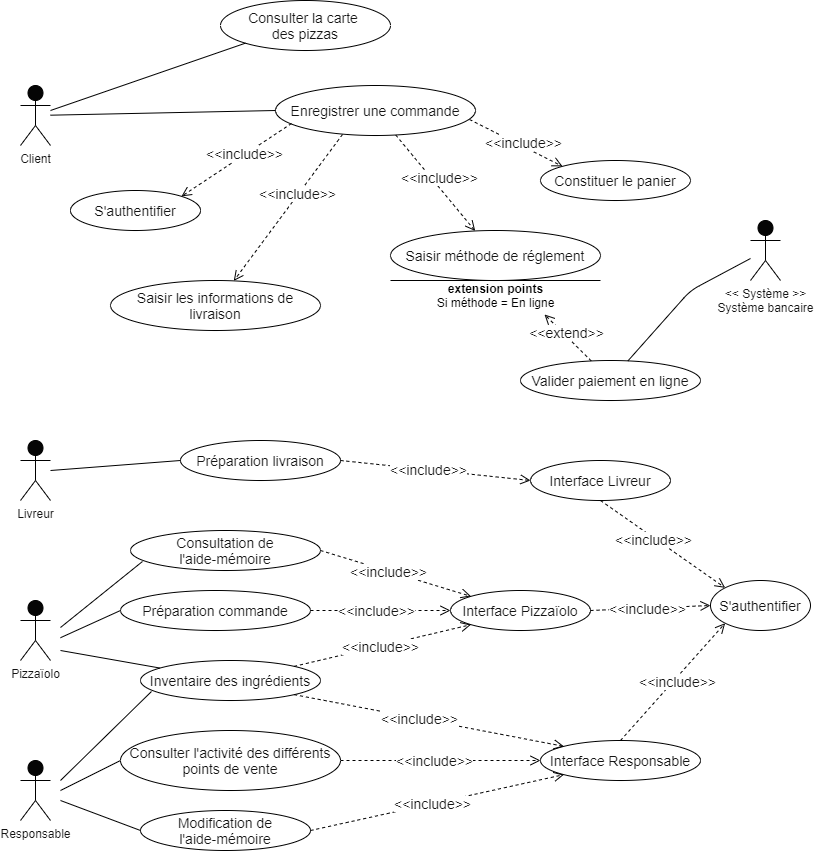
Earlier version of the draw.io export Diag_GestionDuCompte/usecase_general.png (Eidocode/OC_Project4). Source tidied: cells renumbered, new cells last; positions are measured from the earlier drawing's top-left corner, leaving out a move shared by most shapes.
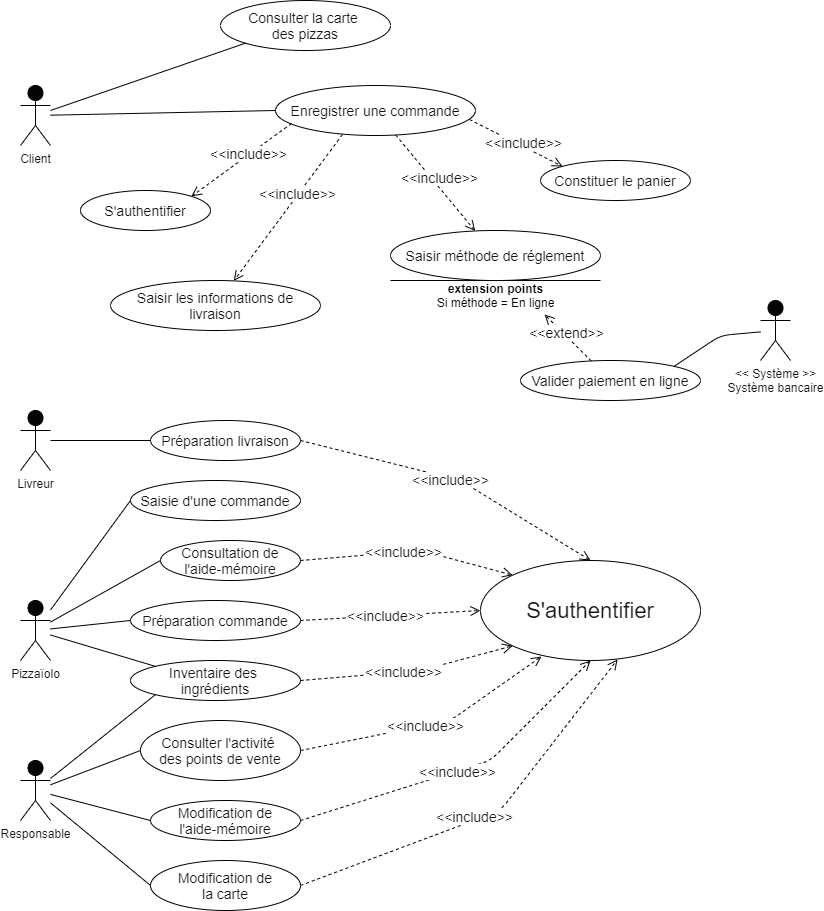
After the commit.

Change to the diagram source:
```diff
@@ -6,7 +6,7 @@
       <mxGeometry y="85" width="30" height="60" as="geometry" />
     </mxCell>
     <mxCell id="3" value="Livreur" style="shape=umlActor;verticalLabelPosition=bottom;labelBackgroundColor=#ffffff;verticalAlign=top;html=1;fillColor=#050505;fontSize=12;fontColor=#141414;align=center;" parent="1" vertex="1">
-      <mxGeometry y="440" width="30" height="60" as="geometry" />
+      <mxGeometry y="410" width="30" height="60" as="geometry" />
     </mxCell>
     <mxCell id="4" value="Pizzaïolo" style="shape=umlActor;verticalLabelPosition=bottom;labelBackgroundColor=#ffffff;verticalAlign=top;html=1;fillColor=#050505;fontSize=12;fontColor=#141414;align=center;" parent="1" vertex="1">
       <mxGeometry y="600" width="30" height="60" as="geometry" />
@@ -15,7 +15,7 @@
       <mxGeometry y="760" width="30" height="60" as="geometry" />
     </mxCell>
     <mxCell id="6" value="&amp;lt;&amp;lt; Système &amp;gt;&amp;gt;&lt;br&gt;Système bancaire" style="shape=umlActor;verticalLabelPosition=bottom;labelBackgroundColor=#ffffff;verticalAlign=top;html=1;fillColor=#050505;fontSize=12;fontColor=#141414;align=center;" parent="1" vertex="1">
-      <mxGeometry x="730" y="220" width="30" height="60" as="geometry" />
+      <mxGeometry x="740" y="300" width="30" height="60" as="geometry" />
     </mxCell>
     <mxCell id="7" value="Consulter la carte &lt;br&gt;des pizzas" style="ellipse;whiteSpace=wrap;html=1;rounded=0;shadow=0;labelBackgroundColor=none;fillColor=#FFFFFF;fontSize=14;fontColor=#141414;align=center;" parent="1" vertex="1">
       <mxGeometry x="200" width="170" height="50" as="geometry" />
@@ -33,7 +33,7 @@
       <mxGeometry x="90" y="280" width="210" height="50" as="geometry" />
     </mxCell>
     <mxCell id="12" value="S'authentifier" style="ellipse;whiteSpace=wrap;html=1;rounded=0;shadow=0;labelBackgroundColor=none;fillColor=#FFFFFF;fontSize=14;fontColor=#141414;align=center;" parent="1" vertex="1">
-      <mxGeometry x="50" y="190" width="130" height="40" as="geometry" />
+      <mxGeometry x="60" y="190" width="130" height="40" as="geometry" />
     </mxCell>
     <mxCell id="13" value="&amp;lt;&amp;lt;include&amp;gt;&amp;gt;" style="html=1;verticalAlign=bottom;endArrow=open;dashed=1;endSize=8;fontSize=14;fontColor=#141414;entryX=1;entryY=0;entryDx=0;entryDy=0;exitX=0.08;exitY=0.76;exitDx=0;exitDy=0;exitPerimeter=0;" parent="1" edge="1" source="8" target="12">
       <mxGeometry x="-0.05" y="8" relative="1" as="geometry" />
@@ -53,26 +53,26 @@
     <mxCell id="18" value="&amp;lt;&amp;lt;extend&amp;gt;&amp;gt;" style="html=1;verticalAlign=bottom;endArrow=open;dashed=1;endSize=8;fontSize=14;fontColor=#141414;entryX=0.877;entryY=1.133;entryDx=0;entryDy=0;entryPerimeter=0;" parent="1" edge="1" source="17" target="30">
       <mxGeometry x="-0.09" y="5" relative="1" as="geometry" />
     </mxCell>
-    <mxCell id="19" value="S'authentifier" style="ellipse;whiteSpace=wrap;html=1;rounded=0;shadow=0;labelBackgroundColor=none;fillColor=#FFFFFF;fontSize=14;fontColor=#141414;align=center;" parent="1" vertex="1">
-      <mxGeometry x="690" y="580" width="100" height="50" as="geometry" />
+    <mxCell id="19" value="&lt;font style=&quot;font-size: 22px&quot;&gt;S'authentifier&lt;/font&gt;" style="ellipse;whiteSpace=wrap;html=1;rounded=0;shadow=0;labelBackgroundColor=none;fillColor=#FFFFFF;fontSize=14;fontColor=#141414;align=center;" parent="1" vertex="1">
+      <mxGeometry x="460" y="560" width="220" height="100" as="geometry" />
     </mxCell>
     <mxCell id="20" value="Préparation commande" style="ellipse;whiteSpace=wrap;html=1;rounded=0;shadow=0;labelBackgroundColor=none;fillColor=#FFFFFF;fontSize=14;fontColor=#141414;align=center;" parent="1" vertex="1">
-      <mxGeometry x="100" y="590" width="190" height="40" as="geometry" />
+      <mxGeometry x="110" y="600" width="170" height="40" as="geometry" />
     </mxCell>
     <mxCell id="21" value="Consultation de&lt;br&gt;l'aide-mémoire" style="ellipse;whiteSpace=wrap;html=1;rounded=0;shadow=0;labelBackgroundColor=none;fillColor=#FFFFFF;fontSize=14;fontColor=#141414;align=center;" parent="1" vertex="1">
-      <mxGeometry x="110" y="530" width="190" height="40" as="geometry" />
+      <mxGeometry x="140" y="540" width="140" height="40" as="geometry" />
     </mxCell>
     <mxCell id="22" value="Préparation livraison" style="ellipse;whiteSpace=wrap;html=1;rounded=0;shadow=0;labelBackgroundColor=none;fillColor=#FFFFFF;fontSize=14;fontColor=#141414;align=center;" parent="1" vertex="1">
-      <mxGeometry x="160" y="440" width="160" height="40" as="geometry" />
+      <mxGeometry x="130" y="420" width="150" height="40" as="geometry" />
     </mxCell>
-    <mxCell id="23" value="Inventaire des ingrédients" style="ellipse;whiteSpace=wrap;html=1;rounded=0;shadow=0;labelBackgroundColor=none;fillColor=#FFFFFF;fontSize=14;fontColor=#141414;align=center;" parent="1" vertex="1">
-      <mxGeometry x="120" y="660" width="180" height="40" as="geometry" />
+    <mxCell id="23" value="Inventaire des &lt;br&gt;ingrédients" style="ellipse;whiteSpace=wrap;html=1;rounded=0;shadow=0;labelBackgroundColor=none;fillColor=#FFFFFF;fontSize=14;fontColor=#141414;align=center;" parent="1" vertex="1">
+      <mxGeometry x="110" y="660" width="170" height="40" as="geometry" />
     </mxCell>
     <mxCell id="24" value="Modification de&lt;br&gt;l'aide-mémoire" style="ellipse;whiteSpace=wrap;html=1;rounded=0;shadow=0;labelBackgroundColor=none;fillColor=#FFFFFF;fontSize=14;fontColor=#141414;align=center;" parent="1" vertex="1">
-      <mxGeometry x="120" y="810" width="170" height="40" as="geometry" />
+      <mxGeometry x="130" y="800" width="150" height="40" as="geometry" />
     </mxCell>
-    <mxCell id="25" value="Consulter l'activité des différents points de vente" style="ellipse;whiteSpace=wrap;html=1;rounded=0;shadow=0;labelBackgroundColor=none;fillColor=#FFFFFF;fontSize=14;fontColor=#141414;align=center;" parent="1" vertex="1">
-      <mxGeometry x="100" y="730" width="220" height="60" as="geometry" />
+    <mxCell id="25" value="Consulter l'activité &lt;br&gt;des points de vente" style="ellipse;whiteSpace=wrap;html=1;rounded=0;shadow=0;labelBackgroundColor=none;fillColor=#FFFFFF;fontSize=14;fontColor=#141414;align=center;" parent="1" vertex="1">
+      <mxGeometry x="120" y="720" width="160" height="60" as="geometry" />
     </mxCell>
     <mxCell id="26" style="endArrow=none;html=1;fontSize=14;fontColor=#141414;entryX=0;entryY=1;entryDx=0;entryDy=0;" parent="1" edge="1" target="7">
       <mxGeometry relative="1" as="geometry">
@@ -82,10 +82,10 @@
     <mxCell id="27" style="endArrow=none;html=1;fontSize=14;fontColor=#141414;entryX=0;entryY=0.5;entryDx=0;entryDy=0;" parent="1" edge="1" source="2" target="8">
       <mxGeometry relative="1" as="geometry" />
     </mxCell>
-    <mxCell id="28" style="endArrow=none;html=1;fontSize=14;fontColor=#141414;" parent="1" edge="1" source="17" target="6">
+    <mxCell id="28" style="endArrow=none;html=1;fontSize=14;fontColor=#141414;exitX=1;exitY=0;exitDx=0;exitDy=0;" parent="1" edge="1" source="17" target="6">
       <mxGeometry relative="1" as="geometry">
         <Array as="points">
-          <mxPoint x="670" y="290" />
+          <mxPoint x="700" y="335" />
         </Array>
       </mxGeometry>
     </mxCell>
@@ -98,79 +98,84 @@
     <mxCell id="30" value="&lt;b&gt;extension points&lt;/b&gt;&lt;br&gt;Si méthode = En ligne" style="text;html=1;align=center;verticalAlign=middle;points=[];" parent="1" vertex="1">
       <mxGeometry x="410" y="280" width="130" height="30" as="geometry" />
     </mxCell>
-    <mxCell id="31" style="endArrow=none;html=1;entryX=0;entryY=0.5;entryDx=0;entryDy=0;" parent="1" edge="1" target="22">
-      <mxGeometry relative="1" as="geometry">
-        <mxPoint x="30" y="470" as="sourcePoint" />
-      </mxGeometry>
+    <mxCell id="31" style="endArrow=none;html=1;entryX=0;entryY=0.5;entryDx=0;entryDy=0;" parent="1" edge="1" source="3" target="22">
+      <mxGeometry relative="1" as="geometry" />
     </mxCell>
-    <mxCell id="32" style="endArrow=none;html=1;entryX=0.063;entryY=0.775;entryDx=0;entryDy=0;entryPerimeter=0;" parent="1" edge="1" target="21">
-      <mxGeometry relative="1" as="geometry">
-        <mxPoint x="40" y="627" as="sourcePoint" />
-      </mxGeometry>
+    <mxCell id="32" style="endArrow=none;html=1;entryX=0;entryY=0.5;entryDx=0;entryDy=0;" parent="1" edge="1" source="4" target="21">
+      <mxGeometry relative="1" as="geometry" />
     </mxCell>
-    <mxCell id="33" style="endArrow=none;html=1;entryX=0;entryY=0.5;entryDx=0;entryDy=0;" parent="1" edge="1" target="20">
-      <mxGeometry relative="1" as="geometry">
-        <mxPoint x="40" y="637.2" as="sourcePoint" />
-      </mxGeometry>
+    <mxCell id="33" style="endArrow=none;html=1;entryX=0;entryY=0.5;entryDx=0;entryDy=0;" parent="1" edge="1" source="4" target="20">
+      <mxGeometry relative="1" as="geometry" />
     </mxCell>
-    <mxCell id="34" style="endArrow=none;html=1;" parent="1" edge="1" target="23">
-      <mxGeometry relative="1" as="geometry">
-        <mxPoint x="40" y="650" as="sourcePoint" />
-      </mxGeometry>
+    <mxCell id="34" style="endArrow=none;html=1;entryX=0;entryY=0;entryDx=0;entryDy=0;" parent="1" edge="1" source="4" target="23">
+      <mxGeometry relative="1" as="geometry" />
     </mxCell>
-    <mxCell id="35" style="endArrow=none;html=1;entryX=0.061;entryY=0.775;entryDx=0;entryDy=0;entryPerimeter=0;" parent="1" edge="1" target="23">
-      <mxGeometry relative="1" as="geometry">
-        <mxPoint x="40" y="780" as="sourcePoint" />
-      </mxGeometry>
+    <mxCell id="35" style="endArrow=none;html=1;entryX=0;entryY=1;entryDx=0;entryDy=0;" parent="1" edge="1" source="5" target="23">
+      <mxGeometry relative="1" as="geometry" />
     </mxCell>
-    <mxCell id="36" style="endArrow=none;html=1;entryX=0;entryY=0.5;entryDx=0;entryDy=0;" parent="1" edge="1" target="25">
-      <mxGeometry relative="1" as="geometry">
-        <mxPoint x="40" y="790" as="sourcePoint" />
-      </mxGeometry>
+    <mxCell id="36" style="endArrow=none;html=1;entryX=0;entryY=0.5;entryDx=0;entryDy=0;" parent="1" edge="1" source="5" target="25">
+      <mxGeometry relative="1" as="geometry" />
     </mxCell>
-    <mxCell id="37" style="endArrow=none;html=1;entryX=0;entryY=0.5;entryDx=0;entryDy=0;" parent="1" edge="1" target="24">
-      <mxGeometry relative="1" as="geometry">
-        <mxPoint x="40" y="800" as="sourcePoint" />
-      </mxGeometry>
+    <mxCell id="37" style="endArrow=none;html=1;entryX=0;entryY=0.5;entryDx=0;entryDy=0;" parent="1" edge="1" source="5" target="24">
+      <mxGeometry relative="1" as="geometry" />
     </mxCell>
-    <mxCell id="38" value="Interface Livreur" style="ellipse;whiteSpace=wrap;html=1;rounded=0;shadow=0;labelBackgroundColor=none;fillColor=#FFFFFF;fontSize=14;fontColor=#141414;align=center;" parent="1" vertex="1">
-      <mxGeometry x="510" y="460" width="140" height="40" as="geometry" />
-    </mxCell>
-    <mxCell id="39" value="Interface Pizzaïolo" style="ellipse;whiteSpace=wrap;html=1;rounded=0;shadow=0;labelBackgroundColor=none;fillColor=#FFFFFF;fontSize=14;fontColor=#141414;align=center;" parent="1" vertex="1">
-      <mxGeometry x="430" y="590" width="140" height="40" as="geometry" />
-    </mxCell>
-    <mxCell id="40" value="Interface Responsable" style="ellipse;whiteSpace=wrap;html=1;rounded=0;shadow=0;labelBackgroundColor=none;fillColor=#FFFFFF;fontSize=14;fontColor=#141414;align=center;" parent="1" vertex="1">
-      <mxGeometry x="520" y="740" width="160" height="40" as="geometry" />
-    </mxCell>
-    <mxCell id="41" value="&amp;lt;&amp;lt;include&amp;gt;&amp;gt;" style="html=1;verticalAlign=bottom;endArrow=open;dashed=1;endSize=8;fontSize=14;fontColor=#141414;entryX=0;entryY=0.5;entryDx=0;entryDy=0;exitX=1;exitY=0.5;exitDx=0;exitDy=0;" parent="1" edge="1" source="22" target="38">
-      <mxGeometry x="-0.06" y="-11" relative="1" as="geometry" />
+    <mxCell id="41" value="&amp;lt;&amp;lt;include&amp;gt;&amp;gt;" style="html=1;verticalAlign=bottom;endArrow=open;dashed=1;endSize=8;fontSize=14;fontColor=#141414;entryX=0.5;entryY=0;entryDx=0;entryDy=0;exitX=1;exitY=0.5;exitDx=0;exitDy=0;" parent="1" edge="1" source="22" target="19">
+      <mxGeometry x="0.04" y="-14" relative="1" as="geometry">
+        <Array as="points">
+          <mxPoint x="440" y="480" />
+        </Array>
+        <mxPoint x="-3" y="-2" as="offset" />
+      </mxGeometry>
     </mxCell>
-    <mxCell id="42" value="&amp;lt;&amp;lt;include&amp;gt;&amp;gt;" style="html=1;verticalAlign=bottom;endArrow=open;dashed=1;endSize=8;fontSize=14;fontColor=#141414;entryX=0;entryY=0;entryDx=0;entryDy=0;exitX=1;exitY=0.5;exitDx=0;exitDy=0;" parent="1" edge="1" source="21" target="39">
-      <mxGeometry x="-0.06" y="-11" relative="1" as="geometry" />
+    <mxCell id="42" value="&amp;lt;&amp;lt;include&amp;gt;&amp;gt;" style="html=1;verticalAlign=bottom;endArrow=open;dashed=1;endSize=8;fontSize=14;fontColor=#141414;entryX=0;entryY=0;entryDx=0;entryDy=0;exitX=1;exitY=0.5;exitDx=0;exitDy=0;" parent="1" edge="1" source="21" target="19">
+      <mxGeometry x="-0.06" y="-11" relative="1" as="geometry">
+        <Array as="points">
+          <mxPoint x="400" y="550" />
+        </Array>
+      </mxGeometry>
     </mxCell>
-    <mxCell id="43" value="&amp;lt;&amp;lt;include&amp;gt;&amp;gt;" style="html=1;verticalAlign=bottom;endArrow=open;dashed=1;endSize=8;fontSize=14;fontColor=#141414;entryX=0;entryY=1;entryDx=0;entryDy=0;exitX=1;exitY=0;exitDx=0;exitDy=0;" parent="1" edge="1" source="23" target="39">
-      <mxGeometry x="-0.06" y="-11" relative="1" as="geometry" />
+    <mxCell id="43" value="&amp;lt;&amp;lt;include&amp;gt;&amp;gt;" style="html=1;verticalAlign=bottom;endArrow=open;dashed=1;endSize=8;fontSize=14;fontColor=#141414;entryX=0;entryY=1;entryDx=0;entryDy=0;exitX=1;exitY=0.5;exitDx=0;exitDy=0;" parent="1" edge="1" source="23" target="19">
+      <mxGeometry x="-0.06" y="-11" relative="1" as="geometry">
+        <Array as="points">
+          <mxPoint x="400" y="670" />
+        </Array>
+      </mxGeometry>
     </mxCell>
-    <mxCell id="44" value="&amp;lt;&amp;lt;include&amp;gt;&amp;gt;" style="html=1;verticalAlign=bottom;endArrow=open;dashed=1;endSize=8;fontSize=14;fontColor=#141414;exitX=1;exitY=0.5;exitDx=0;exitDy=0;entryX=0;entryY=0.5;entryDx=0;entryDy=0;" parent="1" edge="1" source="20" target="39">
+    <mxCell id="44" value="&amp;lt;&amp;lt;include&amp;gt;&amp;gt;" style="html=1;verticalAlign=bottom;endArrow=open;dashed=1;endSize=8;fontSize=14;fontColor=#141414;exitX=1;exitY=0.5;exitDx=0;exitDy=0;entryX=0;entryY=0.5;entryDx=0;entryDy=0;" parent="1" edge="1" source="20" target="19">
       <mxGeometry x="-0.06" y="-11" relative="1" as="geometry" />
     </mxCell>
-    <mxCell id="45" value="&amp;lt;&amp;lt;include&amp;gt;&amp;gt;" style="html=1;verticalAlign=bottom;endArrow=open;dashed=1;endSize=8;fontSize=14;fontColor=#141414;entryX=0;entryY=0;entryDx=0;entryDy=0;exitX=1;exitY=1;exitDx=0;exitDy=0;" parent="1" edge="1" source="23" target="40">
-      <mxGeometry x="-0.06" y="-11" relative="1" as="geometry" />
-    </mxCell>
-    <mxCell id="46" value="&amp;lt;&amp;lt;include&amp;gt;&amp;gt;" style="html=1;verticalAlign=bottom;endArrow=open;dashed=1;endSize=8;fontSize=14;fontColor=#141414;entryX=0;entryY=0.5;entryDx=0;entryDy=0;exitX=1;exitY=0.5;exitDx=0;exitDy=0;" parent="1" edge="1" source="25" target="40">
-      <mxGeometry x="-0.06" y="-11" relative="1" as="geometry" />
+    <mxCell id="46" value="&amp;lt;&amp;lt;include&amp;gt;&amp;gt;" style="html=1;verticalAlign=bottom;endArrow=open;dashed=1;endSize=8;fontSize=14;fontColor=#141414;entryX=0.277;entryY=0.96;entryDx=0;entryDy=0;exitX=1;exitY=0.5;exitDx=0;exitDy=0;entryPerimeter=0;" parent="1" edge="1" source="25" target="19">
+      <mxGeometry x="-0.06" y="-11" relative="1" as="geometry">
+        <Array as="points">
+          <mxPoint x="430" y="720" />
+        </Array>
+      </mxGeometry>
     </mxCell>
-    <mxCell id="47" value="&amp;lt;&amp;lt;include&amp;gt;&amp;gt;" style="html=1;verticalAlign=bottom;endArrow=open;dashed=1;endSize=8;fontSize=14;fontColor=#141414;entryX=0;entryY=1;entryDx=0;entryDy=0;exitX=1;exitY=0.5;exitDx=0;exitDy=0;" parent="1" edge="1" source="24" target="40">
-      <mxGeometry x="-0.06" y="-11" relative="1" as="geometry" />
+    <mxCell id="47" value="&amp;lt;&amp;lt;include&amp;gt;&amp;gt;" style="html=1;verticalAlign=bottom;endArrow=open;dashed=1;endSize=8;fontSize=14;fontColor=#141414;entryX=0.5;entryY=1;entryDx=0;entryDy=0;exitX=1;exitY=0.5;exitDx=0;exitDy=0;" parent="1" edge="1" source="24" target="19">
+      <mxGeometry x="-0.06" y="-11" relative="1" as="geometry">
+        <Array as="points">
+          <mxPoint x="470" y="760" />
+        </Array>
+      </mxGeometry>
     </mxCell>
-    <mxCell id="48" value="&amp;lt;&amp;lt;include&amp;gt;&amp;gt;" style="html=1;verticalAlign=bottom;endArrow=open;dashed=1;endSize=8;fontSize=14;fontColor=#141414;entryX=0;entryY=0;entryDx=0;entryDy=0;exitX=0.5;exitY=1;exitDx=0;exitDy=0;" parent="1" edge="1" source="38" target="19">
-      <mxGeometry x="-0.06" y="-11" relative="1" as="geometry" />
-    </mxCell>
-    <mxCell id="49" value="&amp;lt;&amp;lt;include&amp;gt;&amp;gt;" style="html=1;verticalAlign=bottom;endArrow=open;dashed=1;endSize=8;fontSize=14;fontColor=#141414;entryX=0;entryY=1;entryDx=0;entryDy=0;exitX=0.5;exitY=0;exitDx=0;exitDy=0;" parent="1" edge="1" source="40" target="19">
-      <mxGeometry x="-0.06" y="-11" relative="1" as="geometry" />
-    </mxCell>
-    <mxCell id="50" value="&amp;lt;&amp;lt;include&amp;gt;&amp;gt;" style="html=1;verticalAlign=bottom;endArrow=open;dashed=1;endSize=8;fontSize=14;fontColor=#141414;entryX=0;entryY=0.5;entryDx=0;entryDy=0;exitX=1;exitY=0.5;exitDx=0;exitDy=0;" parent="1" edge="1" source="39" target="19">
-      <mxGeometry x="-0.06" y="-11" relative="1" as="geometry" />
-    </mxCell>
+    <mxCell id="51" value="Saisie d'une commande" style="ellipse;whiteSpace=wrap;html=1;rounded=0;shadow=0;labelBackgroundColor=none;fillColor=#FFFFFF;fontSize=14;fontColor=#141414;align=center;" parent="1" vertex="1">
+      <mxGeometry x="110" y="480" width="170" height="40" as="geometry" />
+    </mxCell>
+    <mxCell id="52" style="endArrow=none;html=1;entryX=0;entryY=0.5;entryDx=0;entryDy=0;" parent="1" edge="1" source="4" target="51">
+      <mxGeometry relative="1" as="geometry" />
+    </mxCell>
+    <mxCell id="53" value="Modification de&lt;br&gt;la carte" style="ellipse;whiteSpace=wrap;html=1;rounded=0;shadow=0;labelBackgroundColor=none;fillColor=#FFFFFF;fontSize=14;fontColor=#141414;align=center;" parent="1" vertex="1">
+      <mxGeometry x="130" y="860" width="150" height="50" as="geometry" />
+    </mxCell>
+    <mxCell id="54" style="endArrow=none;html=1;entryX=0;entryY=0.5;entryDx=0;entryDy=0;" parent="1" edge="1" source="5" target="53">
+      <mxGeometry relative="1" as="geometry" />
+    </mxCell>
+    <mxCell id="55" value="&amp;lt;&amp;lt;include&amp;gt;&amp;gt;" style="html=1;verticalAlign=bottom;endArrow=open;dashed=1;endSize=8;fontSize=14;fontColor=#141414;entryX=0.623;entryY=0.99;entryDx=0;entryDy=0;exitX=1;exitY=0.5;exitDx=0;exitDy=0;entryPerimeter=0;" parent="1" edge="1" source="53" target="19">
+      <mxGeometry x="-0.1" y="-7" relative="1" as="geometry">
+        <Array as="points">
+          <mxPoint x="480" y="810" />
+        </Array>
+      </mxGeometry>
+    </mxCell>
   </root>
 </mxGraphModel>
```
